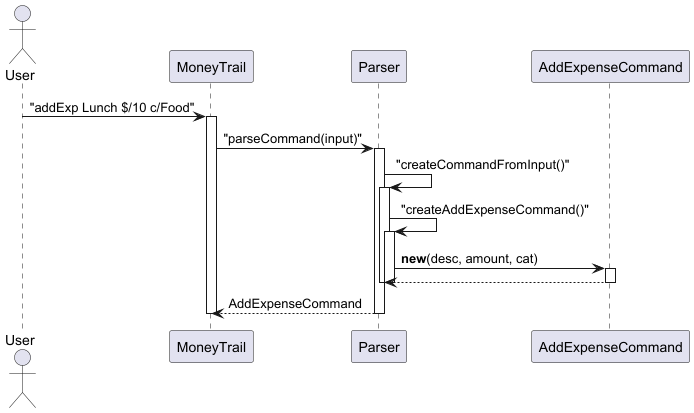
This is docs/diagrams/Parser_Sequence.png from EdwinTun98/tp, a PlantUML export, as it was before one commit.
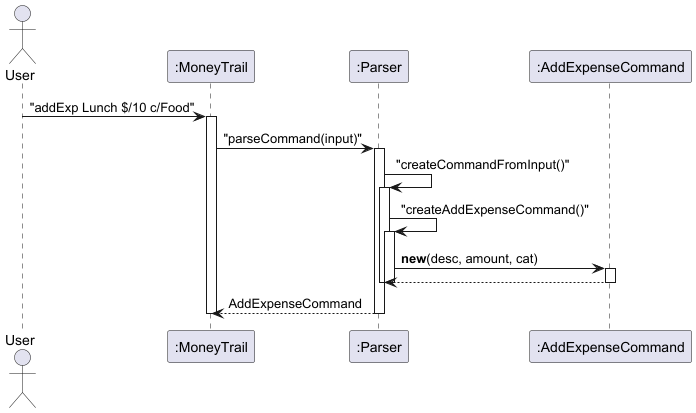
Later version of the same file.

The edit, as a diff of the source:
```diff
@@ -1,8 +1,8 @@
 @startuml Parser_Sequence_Activation
 actor User
-participant MoneyTrail
-participant Parser
-participant AddExpenseCommand
+participant MoneyTrail as ":MoneyTrail"
+participant Parser as ":Parser"
+participant AddExpenseCommand as ":AddExpenseCommand"
 
 User -> MoneyTrail : "addExp Lunch $/10 c/Food"
 activate MoneyTrail
```
